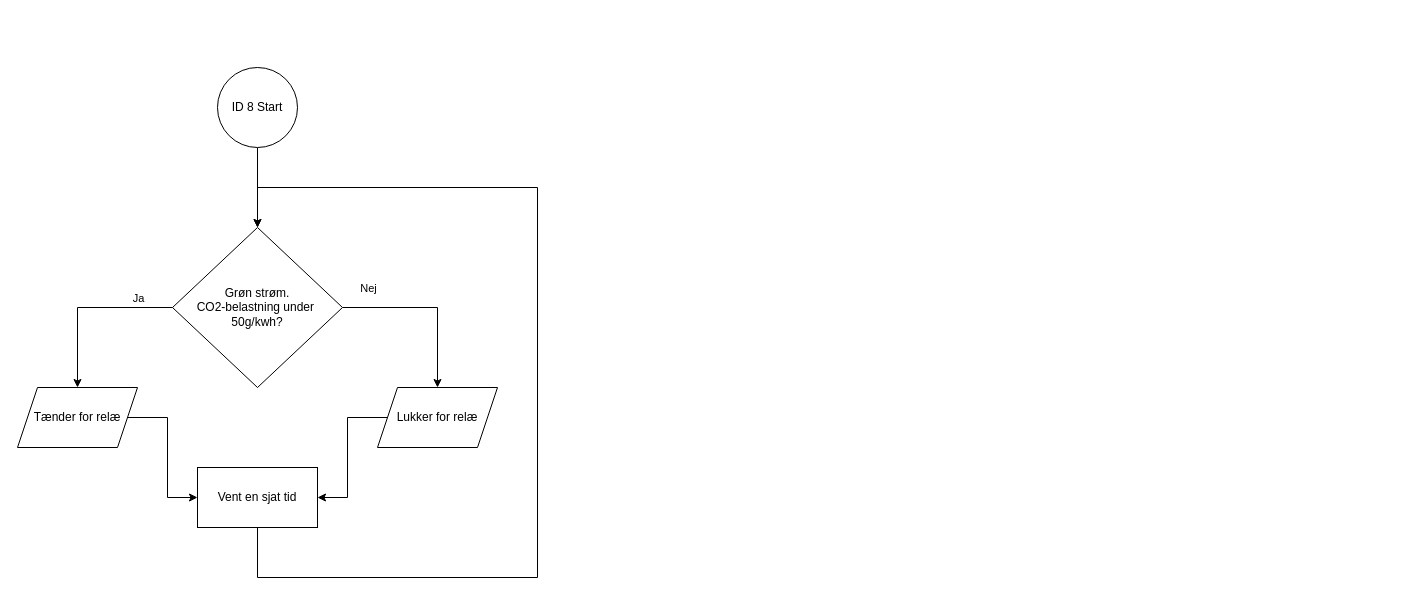
This is ID 08, P2/ID8 V1 Gren Power.drawio from KEA-E24-B9-IOT1/E24-B9-IoT1, a draw.io file, before an edit. Source tidied: cells renumbered, new cells numbered last; positions are measured from the earlier drawing's top-left corner, leaving out a move shared by most shapes. Both pictures are drawn from the tidied source at 100%, with x=0, y=0 at pixel (17, 67).
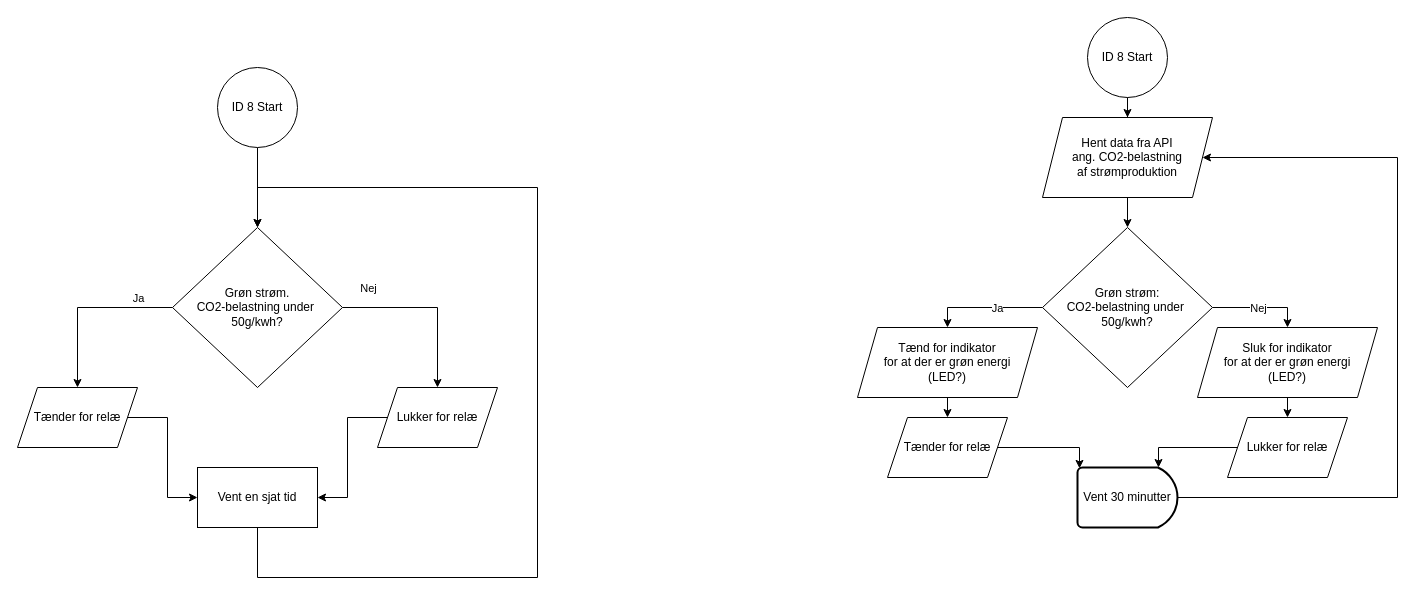
Above is the later version.

Change to the diagram source:
```diff
@@
+    <mxCell id="15" style="edgeStyle=orthogonalEdgeStyle;rounded=0;jettySize=auto;html=1;entryX=0.5;entryY=0;entryDx=0;entryDy=0;" parent="1" edge="1" source="19" target="31">
+      <mxGeometry relative="1" as="geometry" />
+    </mxCell>
+    <mxCell id="16" value="Ja" style="edgeLabel;html=1;align=center;verticalAlign=middle;" parent="15" vertex="1">
+      <mxGeometry x="-0.31" y="2" relative="1" as="geometry">
+        <mxPoint x="-6" y="-2" as="offset" />
+      </mxGeometry>
+    </mxCell>
+    <mxCell id="17" style="edgeStyle=orthogonalEdgeStyle;rounded=0;jettySize=auto;html=1;entryX=0.5;entryY=0;entryDx=0;entryDy=0;exitX=1;exitY=0.5;exitDx=0;exitDy=0;" parent="1" edge="1" source="19" target="33">
+      <mxGeometry relative="1" as="geometry" />
+    </mxCell>
+    <mxCell id="18" value="Nej" style="edgeLabel;html=1;align=center;verticalAlign=middle;" parent="17" vertex="1">
+      <mxGeometry x="-0.6" y="2" relative="1" as="geometry">
+        <mxPoint x="26" y="2" as="offset" />
+      </mxGeometry>
+    </mxCell>
+    <mxCell id="19" value="Grøn strøm: &lt;br&gt;&lt;div&gt;CO2-belastning under&amp;nbsp;&lt;/div&gt;&lt;div&gt;50g/kwh?&lt;/div&gt;" style="rhombus;whiteSpace=wrap;html=1;" parent="1" vertex="1">
+      <mxGeometry x="1025" y="160" width="170" height="160" as="geometry" />
+    </mxCell>
+    <mxCell id="20" style="edgeStyle=orthogonalEdgeStyle;rounded=0;jettySize=auto;html=1;" parent="1" edge="1" source="21" target="27">
+      <mxGeometry relative="1" as="geometry" />
+    </mxCell>
+    <mxCell id="21" value="ID 8 Start" style="ellipse;whiteSpace=wrap;html=1;" parent="1" vertex="1">
+      <mxGeometry x="1070" y="-50" width="80" height="80" as="geometry" />
+    </mxCell>
+    <mxCell id="22" style="edgeStyle=orthogonalEdgeStyle;rounded=0;jettySize=auto;html=1;entryX=0.02;entryY=0.015;entryDx=0;entryDy=0;entryPerimeter=0;" parent="1" edge="1" source="23" target="29">
+      <mxGeometry relative="1" as="geometry" />
+    </mxCell>
+    <mxCell id="23" value="Tænder for relæ" style="shape=parallelogram;perimeter=parallelogramPerimeter;whiteSpace=wrap;html=1;fixedSize=1;" parent="1" vertex="1">
+      <mxGeometry x="870" y="350" width="120" height="60" as="geometry" />
+    </mxCell>
+    <mxCell id="24" style="edgeStyle=orthogonalEdgeStyle;rounded=0;jettySize=auto;html=1;entryX=0.81;entryY=0;entryDx=0;entryDy=0;exitX=0;exitY=0.5;exitDx=0;exitDy=0;entryPerimeter=0;" parent="1" edge="1" source="25" target="29">
+      <mxGeometry relative="1" as="geometry" />
+    </mxCell>
+    <mxCell id="25" value="Lukker for relæ" style="shape=parallelogram;perimeter=parallelogramPerimeter;whiteSpace=wrap;html=1;fixedSize=1;" parent="1" vertex="1">
+      <mxGeometry x="1210" y="350" width="120" height="60" as="geometry" />
+    </mxCell>
+    <mxCell id="26" style="edgeStyle=orthogonalEdgeStyle;rounded=0;jettySize=auto;html=1;" parent="1" edge="1" source="27" target="19">
+      <mxGeometry relative="1" as="geometry" />
+    </mxCell>
+    <mxCell id="27" value="&lt;div&gt;Hent data fra API&lt;/div&gt;&lt;div&gt;ang. CO2-belastning&lt;/div&gt;&lt;div&gt;af strømproduktion&lt;br&gt;&lt;/div&gt;" style="shape=parallelogram;perimeter=parallelogramPerimeter;whiteSpace=wrap;html=1;fixedSize=1;" parent="1" vertex="1">
+      <mxGeometry x="1025" y="50" width="170" height="80" as="geometry" />
+    </mxCell>
+    <mxCell id="28" style="edgeStyle=orthogonalEdgeStyle;rounded=0;jettySize=auto;html=1;exitX=1;exitY=0.5;exitDx=0;exitDy=0;exitPerimeter=0;entryX=1;entryY=0.5;entryDx=0;entryDy=0;" parent="1" edge="1" source="29" target="27">
+      <mxGeometry relative="1" as="geometry">
+        <Array as="points">
+          <mxPoint x="1380" y="430" />
+          <mxPoint x="1380" y="90" />
+        </Array>
+      </mxGeometry>
+    </mxCell>
+    <mxCell id="29" value="&lt;div&gt;Vent 30 minutter&lt;br&gt;&lt;/div&gt;" style="strokeWidth=2;html=1;shape=mxgraph.flowchart.delay;whiteSpace=wrap;" parent="1" vertex="1">
+      <mxGeometry x="1060" y="400" width="100" height="60" as="geometry" />
+    </mxCell>
+    <mxCell id="30" style="edgeStyle=orthogonalEdgeStyle;rounded=0;jettySize=auto;html=1;exitX=0.5;exitY=1;exitDx=0;exitDy=0;entryX=0.5;entryY=0;entryDx=0;entryDy=0;" parent="1" edge="1" source="31" target="23">
+      <mxGeometry relative="1" as="geometry" />
+    </mxCell>
+    <mxCell id="31" value="&lt;div&gt;Tænd for indikator&lt;/div&gt;&lt;div&gt;for at der er grøn energi&lt;br&gt;&lt;/div&gt;&lt;div&gt;(LED?)&lt;br&gt;&lt;/div&gt;" style="shape=parallelogram;perimeter=parallelogramPerimeter;whiteSpace=wrap;html=1;fixedSize=1;" parent="1" vertex="1">
+      <mxGeometry x="840" y="260" width="180" height="70" as="geometry" />
+    </mxCell>
+    <mxCell id="32" style="edgeStyle=orthogonalEdgeStyle;rounded=0;jettySize=auto;html=1;exitX=0.5;exitY=1;exitDx=0;exitDy=0;entryX=0.5;entryY=0;entryDx=0;entryDy=0;" parent="1" edge="1" source="33" target="25">
+      <mxGeometry relative="1" as="geometry" />
+    </mxCell>
+    <mxCell id="33" value="&lt;div&gt;Sluk for indikator&lt;/div&gt;&lt;div&gt;for at der er grøn energi&lt;br&gt;(LED?)&lt;br&gt;&lt;/div&gt;" style="shape=parallelogram;perimeter=parallelogramPerimeter;whiteSpace=wrap;html=1;fixedSize=1;" parent="1" vertex="1">
+      <mxGeometry x="1180" y="260" width="180" height="70" as="geometry" />
+    </mxCell>
```
